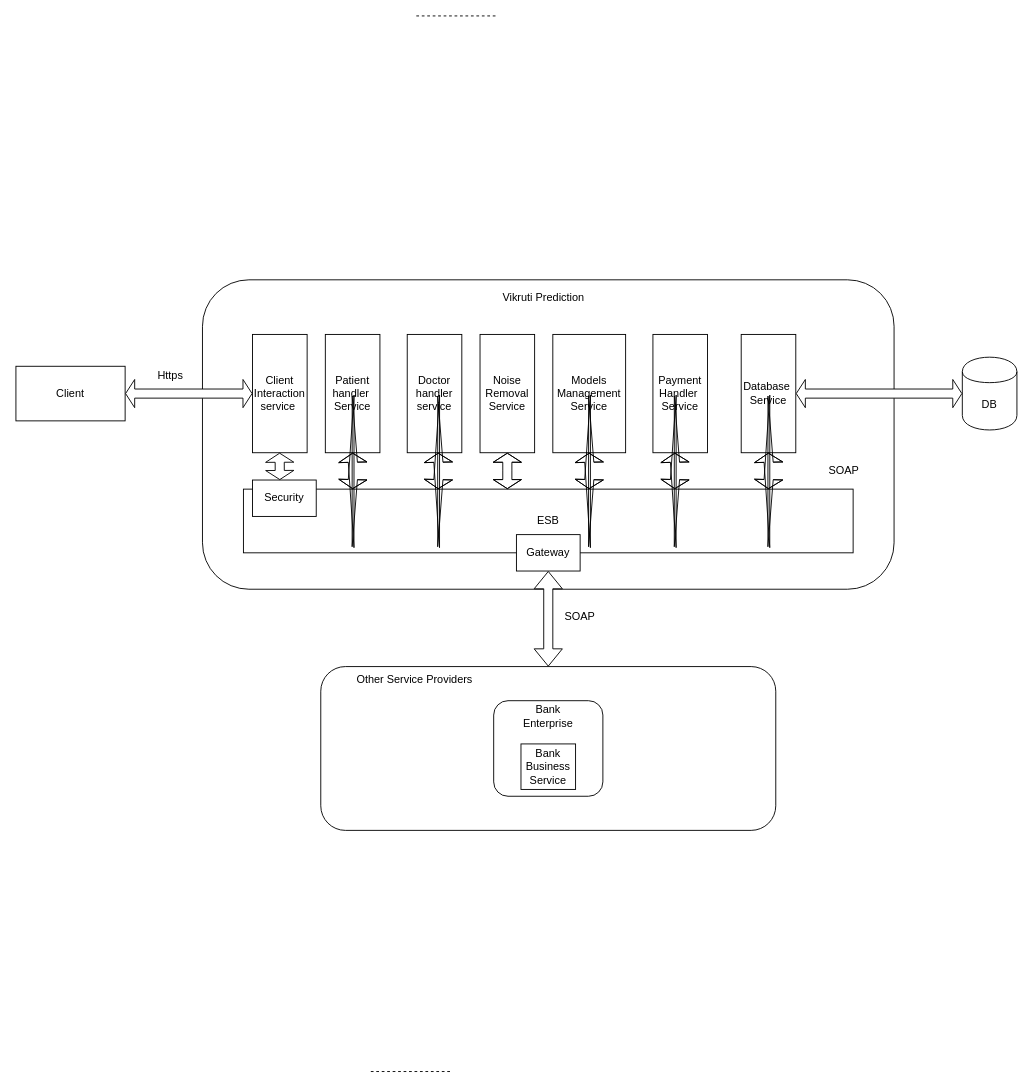
MohitBurkule/nadi keeps this draw.io diagram as nadi.drawio. Above is the earlier version. Source tidied: cells renumbered, new cells numbered last; positions are measured from the earlier drawing's top-left corner, leaving out a move shared by most shapes. Both pictures are drawn from the tidied source at 91%, with x=0, y=0 at pixel (15, 15).
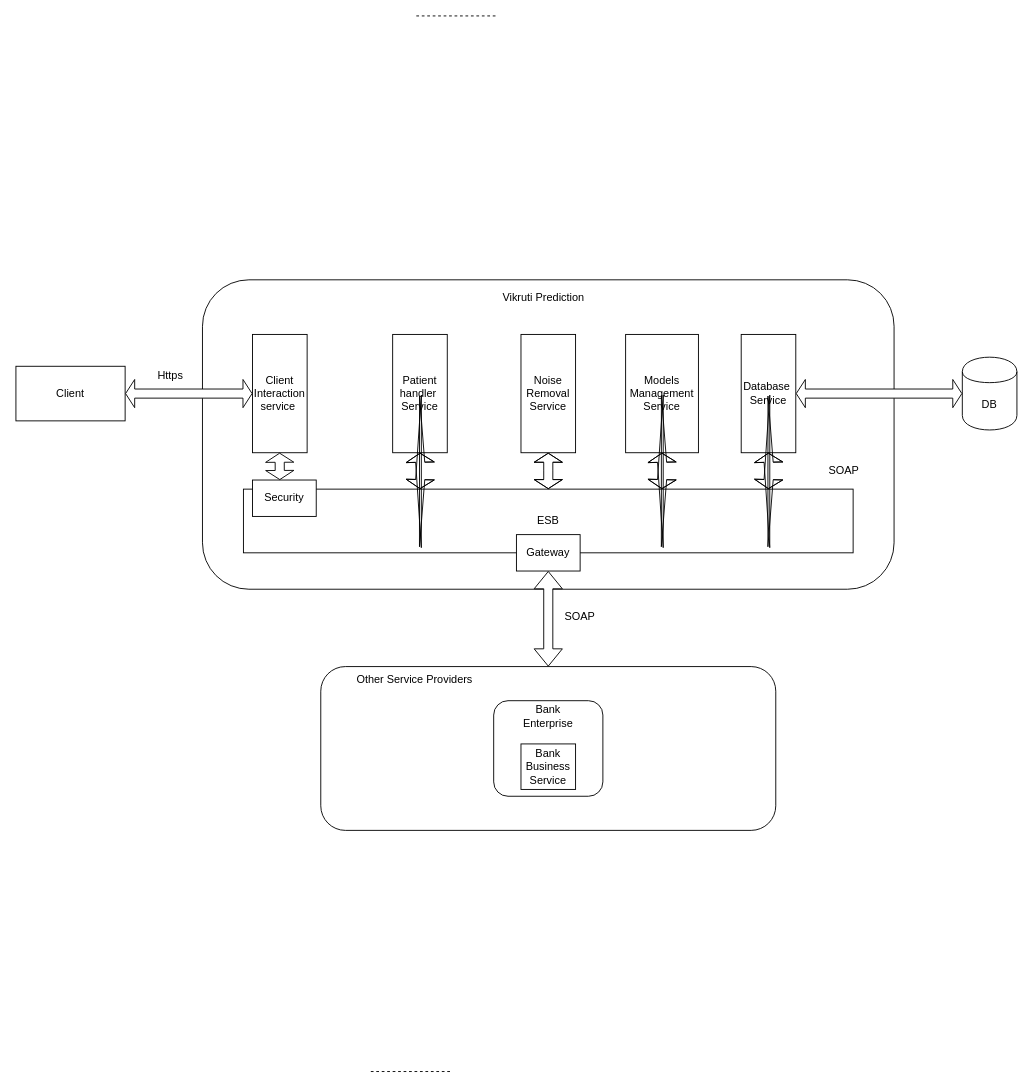
After the change.

The edit, as a diff of the source:
```diff
@@
     <mxCell id="10" value="Patient&lt;br&gt;handler&amp;nbsp;&lt;br&gt;Service" style="rounded=0;whiteSpace=wrap;html=1;" parent="1" vertex="1">
-      <mxGeometry x="340" y="350" width="60" height="130" as="geometry" />
+      <mxGeometry x="414" y="350" width="60" height="130" as="geometry" />
     </mxCell>
-    <mxCell id="11" value="Doctor&lt;br&gt;handler service" style="rounded=0;whiteSpace=wrap;html=1;" parent="1" vertex="1">
-      <mxGeometry x="430" y="350" width="60" height="130" as="geometry" />
-    </mxCell>
     <mxCell id="12" style="edgeStyle=orthogonalEdgeStyle;shape=flexArrow;rounded=0;jettySize=auto;html=1;exitX=0.5;exitY=1;exitDx=0;exitDy=0;startArrow=block;startSize=3;endSize=3;strokeColor=#000000;fontSize=5;" parent="1" edge="1" source="13">
       <mxGeometry relative="1" as="geometry">
-        <mxPoint x="540" y="520" as="targetPoint" />
+        <mxPoint x="585" y="520" as="targetPoint" />
         <Array as="points">
-          <mxPoint x="540" y="500" />
-          <mxPoint x="540" y="500" />
+          <mxPoint x="585" y="500" />
+          <mxPoint x="585" y="500" />
         </Array>
       </mxGeometry>
     </mxCell>
     <mxCell id="13" value="Noise Removal&lt;br&gt;Service" style="rounded=0;whiteSpace=wrap;html=1;" parent="1" vertex="1">
-      <mxGeometry x="510" y="350" width="60" height="130" as="geometry" />
+      <mxGeometry x="555" y="350" width="60" height="130" as="geometry" />
     </mxCell>
     <mxCell id="14" value="&lt;font style=&quot;font-size: 12px&quot;&gt;Models&lt;br&gt;Management Service&lt;/font&gt;" style="rounded=0;whiteSpace=wrap;html=1;" parent="1" vertex="1">
-      <mxGeometry x="590" y="350" width="80" height="130" as="geometry" />
+      <mxGeometry x="670" y="350" width="80" height="130" as="geometry" />
     </mxCell>
-    <mxCell id="15" value="Payment Handler&amp;nbsp;&lt;br&gt;Service" style="rounded=0;whiteSpace=wrap;html=1;" parent="1" vertex="1">
-      <mxGeometry x="700" y="350" width="60" height="130" as="geometry" />
-    </mxCell>
@@
     <mxCell id="23" style="edgeStyle=orthogonalEdgeStyle;shape=flexArrow;rounded=0;orthogonalLoop=1;jettySize=auto;html=1;exitX=0.5;exitY=1;exitDx=0;exitDy=0;startArrow=block;startSize=3;endSize=3;strokeColor=#000000;fontSize=5;" parent="1" edge="1">
       <mxGeometry relative="1" as="geometry">
-        <mxPoint x="629.8" y="480" as="sourcePoint" />
-        <mxPoint x="629.8" y="520" as="targetPoint" />
+        <mxPoint x="709.8" y="480" as="sourcePoint" />
+        <mxPoint x="709.8" y="520" as="targetPoint" />
       </mxGeometry>
     </mxCell>
-    <mxCell id="24" style="edgeStyle=orthogonalEdgeStyle;shape=flexArrow;rounded=0;orthogonalLoop=1;jettySize=auto;html=1;exitX=0.5;exitY=1;exitDx=0;exitDy=0;startArrow=block;startSize=3;endSize=3;strokeColor=#000000;fontSize=5;" parent="1" edge="1">
-      <mxGeometry relative="1" as="geometry">
-        <mxPoint x="464" y="480" as="sourcePoint" />
-        <mxPoint x="464" y="520" as="targetPoint" />
-      </mxGeometry>
-    </mxCell>
     <mxCell id="25" style="edgeStyle=orthogonalEdgeStyle;shape=flexArrow;rounded=0;orthogonalLoop=1;jettySize=auto;html=1;exitX=0.5;exitY=1;exitDx=0;exitDy=0;startArrow=block;startSize=3;endSize=3;strokeColor=#000000;fontSize=5;" parent="1" edge="1">
       <mxGeometry relative="1" as="geometry">
-        <mxPoint x="370" y="480" as="sourcePoint" />
-        <mxPoint x="370" y="520" as="targetPoint" />
+        <mxPoint x="444" y="480" as="sourcePoint" />
+        <mxPoint x="444" y="520" as="targetPoint" />
       </mxGeometry>
     </mxCell>
-    <mxCell id="26" style="edgeStyle=orthogonalEdgeStyle;shape=flexArrow;rounded=0;orthogonalLoop=1;jettySize=auto;html=1;exitX=0.5;exitY=1;exitDx=0;exitDy=0;startArrow=block;startSize=3;endSize=3;strokeColor=#000000;fontSize=5;" parent="1" edge="1">
-      <mxGeometry relative="1" as="geometry">
-        <mxPoint x="724" y="480" as="sourcePoint" />
-        <mxPoint x="724" y="520" as="targetPoint" />
-      </mxGeometry>
-    </mxCell>
```
